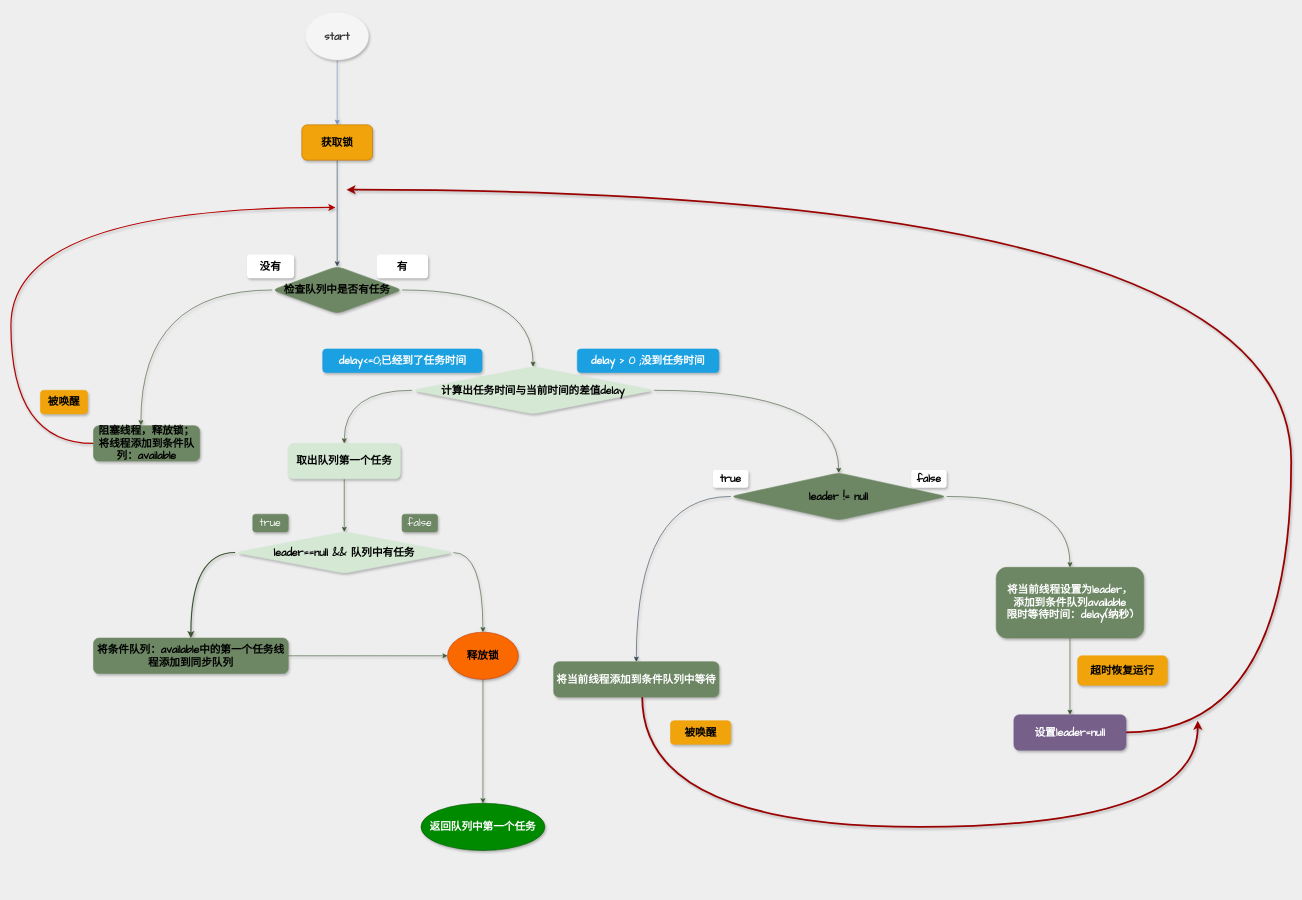
Above: page "DelayQueue -take-case1 的副本" (6 of 8) of thread/PriorityQueue.drawio in mydlxy/draw (draw.io), before the change. Source tidied: cells renumbered, new cells numbered last; positions are measured from the earlier drawing's top-left corner, leaving out a move shared by most shapes. Both pictures are drawn from the tidied source at 59%, with x=0, y=0 at pixel (11, 12).
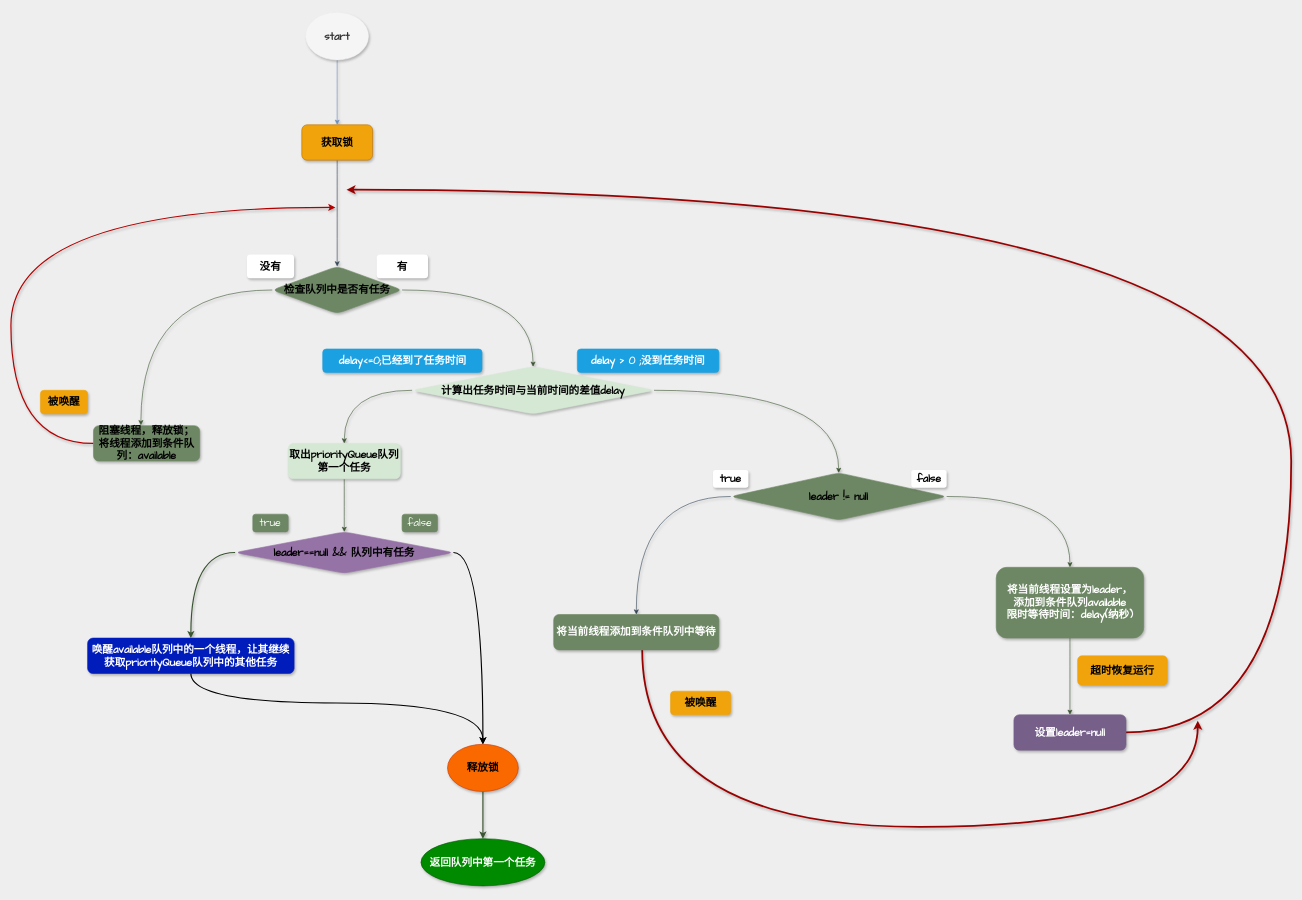
Above is the later version.

The edit, as a diff of the source:
```diff
@@
-    <mxCell id="16" value="&lt;b&gt;取出队列第一个任务&lt;/b&gt;" style="rounded=1;whiteSpace=wrap;html=1;shadow=1;strokeColor=#D5E8D4;fontFamily=Comic Sans MS;fontSize=18;fillColor=#D5E8D4;" parent="1" vertex="1">
+    <mxCell id="16" value="&lt;b&gt;取出priorityQueue队列第一个任务&lt;/b&gt;" style="rounded=1;whiteSpace=wrap;html=1;shadow=1;strokeColor=#D5E8D4;fontFamily=Comic Sans MS;fontSize=18;fillColor=#D5E8D4;" parent="1" vertex="1">
       <mxGeometry x="470" y="730" width="190" height="60" as="geometry" />
     </mxCell>
+    <mxCell id="18" style="edgeStyle=orthogonalEdgeStyle;curved=1;rounded=1;jettySize=auto;html=1;entryX=0.5;entryY=0;entryDx=0;entryDy=0;shadow=1;strokeColor=#3A5431;strokeWidth=2;fontFamily=Comic Sans MS;fontSize=18;fillColor=#6C8EBF;" parent="1" edge="1" source="19" target="23">
+      <mxGeometry relative="1" as="geometry">
+        <Array as="points">
+          <mxPoint x="305" y="915" />
+        </Array>
+      </mxGeometry>
+    </mxCell>
-    <mxCell id="17" style="edgeStyle=orthogonalEdgeStyle;curved=1;rounded=1;jettySize=auto;html=1;shadow=1;strokeColor=#3A5431;fontFamily=Comic Sans MS;fontSize=18;fillColor=#6d8764;entryX=0.5;entryY=0;entryDx=0;entryDy=0;" parent="1" edge="1" source="19" target="26">
+    <mxCell id="17" style="edgeStyle=orthogonalEdgeStyle;curved=1;rounded=0;jettySize=auto;html=1;entryX=0.5;entryY=0;entryDx=0;entryDy=0;fontFamily=Comic Sans MS;fontSize=18;strokeWidth=2;" parent="1" edge="1" source="19" target="26">
       <mxGeometry relative="1" as="geometry">
         <Array as="points">
           <mxPoint x="800" y="915" />
         </Array>
       </mxGeometry>
     </mxCell>
-    <mxCell id="18" style="edgeStyle=orthogonalEdgeStyle;curved=1;rounded=1;jettySize=auto;html=1;entryX=0.5;entryY=0;entryDx=0;entryDy=0;shadow=1;strokeColor=#3A5431;strokeWidth=2;fontFamily=Comic Sans MS;fontSize=18;fillColor=#6C8EBF;" parent="1" edge="1" source="19" target="23">
-      <mxGeometry relative="1" as="geometry">
-        <Array as="points">
-          <mxPoint x="305" y="915" />
-        </Array>
-      </mxGeometry>
-    </mxCell>
-    <mxCell id="19" value="&lt;b&gt;leader==null &amp;amp;&amp;amp; 队列中有任务&lt;/b&gt;" style="rhombus;whiteSpace=wrap;html=1;rounded=1;shadow=1;strokeColor=#D5E8D4;fontFamily=Comic Sans MS;fontSize=18;fillColor=#D5E8D4;" parent="1" vertex="1">
+    <mxCell id="19" value="&lt;b&gt;leader==null &amp;amp;&amp;amp; 队列中有任务&lt;/b&gt;" style="rhombus;whiteSpace=wrap;html=1;rounded=1;shadow=1;strokeColor=#9673A6;fontFamily=Comic Sans MS;fontSize=18;fillColor=#9673A6;" parent="1" vertex="1">
       <mxGeometry x="380" y="880" width="370" height="70" as="geometry" />
     </mxCell>
@@
-    <mxCell id="22" style="edgeStyle=orthogonalEdgeStyle;curved=1;rounded=1;jettySize=auto;html=1;shadow=1;strokeColor=#3A5431;fontFamily=Comic Sans MS;fontSize=18;fillColor=#6d8764;" parent="1" edge="1" source="23" target="26">
-      <mxGeometry relative="1" as="geometry" />
-    </mxCell>
+    <mxCell id="44" style="edgeStyle=orthogonalEdgeStyle;curved=1;rounded=0;jettySize=auto;html=1;fontFamily=Comic Sans MS;fontSize=18;strokeWidth=2;" parent="1" edge="1" source="23">
+      <mxGeometry relative="1" as="geometry">
+        <mxPoint x="800" y="1240" as="targetPoint" />
+        <Array as="points">
+          <mxPoint x="305" y="1170" />
+          <mxPoint x="800" y="1170" />
+        </Array>
+      </mxGeometry>
+    </mxCell>
-    <mxCell id="23" value="&lt;b&gt;将条件队列：available中的第一个任务线程添加到同步队列&lt;/b&gt;" style="rounded=1;whiteSpace=wrap;html=1;shadow=1;strokeColor=#6D8764;fontFamily=Comic Sans MS;fontSize=18;fillColor=#6D8764;" parent="1" vertex="1">
-      <mxGeometry x="140" y="1060" width="330" height="60" as="geometry" />
+    <mxCell id="23" value="&lt;b&gt;唤醒available队列中的一个线程，让其继续获取priorityQueue队列中的其他任务&lt;/b&gt;" style="rounded=1;whiteSpace=wrap;html=1;shadow=1;strokeColor=#001DBC;fontFamily=Comic Sans MS;fontSize=18;fillColor=#001DBC;fontColor=#ffffff;" parent="1" vertex="1">
+      <mxGeometry x="130" y="1060" width="350" height="60" as="geometry" />
     </mxCell>
@@
-    <mxCell id="25" style="edgeStyle=orthogonalEdgeStyle;curved=1;rounded=1;jettySize=auto;html=1;shadow=1;strokeColor=#3A5431;fontFamily=Comic Sans MS;fontSize=18;fillColor=#6d8764;entryX=0.5;entryY=0;entryDx=0;entryDy=0;" parent="1" edge="1" source="26" target="43">
+    <mxCell id="25" style="edgeStyle=orthogonalEdgeStyle;curved=1;rounded=1;jettySize=auto;html=1;shadow=1;strokeColor=#3A5431;fontFamily=Comic Sans MS;fontSize=18;fillColor=#6d8764;entryX=0.5;entryY=0;entryDx=0;entryDy=0;strokeWidth=2;" parent="1" edge="1" source="26" target="43">
       <mxGeometry relative="1" as="geometry" />
     </mxCell>
     <mxCell id="26" value="&lt;b&gt;释放锁&lt;/b&gt;" style="ellipse;whiteSpace=wrap;html=1;rounded=1;shadow=1;strokeColor=#C73500;fontFamily=Comic Sans MS;fontSize=18;fillColor=#fa6800;fontColor=#000000;" parent="1" vertex="1">
-      <mxGeometry x="740" y="1050" width="120" height="80" as="geometry" />
+      <mxGeometry x="740" y="1240" width="120" height="80" as="geometry" />
     </mxCell>
@@
     <mxCell id="35" value="&lt;b&gt;将当前线程添加到条件队列中等待&lt;/b&gt;" style="rounded=1;whiteSpace=wrap;html=1;shadow=1;strokeColor=#6D8764;fontFamily=Comic Sans MS;fontSize=18;fillColor=#6D8764;fontColor=#ffffff;" parent="1" vertex="1">
-      <mxGeometry x="920" y="1100" width="280" height="60" as="geometry" />
+      <mxGeometry x="920" y="1020" width="280" height="60" as="geometry" />
     </mxCell>
@@
     <mxCell id="42" value="&lt;b&gt;被唤醒&lt;/b&gt;" style="text;html=1;strokeColor=#F0A30A;fillColor=#F0A30A;align=center;verticalAlign=middle;whiteSpace=wrap;rounded=1;shadow=1;fontFamily=Comic Sans MS;fontSize=18;fontColor=#000000;" parent="1" vertex="1">
-      <mxGeometry x="1118" y="1200" width="102" height="40" as="geometry" />
+      <mxGeometry x="1118" y="1150" width="102" height="40" as="geometry" />
     </mxCell>
     <mxCell id="43" value="&lt;b&gt;返回队列中第一个任务&lt;/b&gt;" style="ellipse;whiteSpace=wrap;html=1;rounded=1;shadow=1;strokeColor=#005700;fontFamily=Comic Sans MS;fontSize=18;fillColor=#008a00;fontColor=#ffffff;" parent="1" vertex="1">
-      <mxGeometry x="695" y="1340" width="210" height="80" as="geometry" />
+      <mxGeometry x="695" y="1400" width="210" height="80" as="geometry" />
     </mxCell>
```
